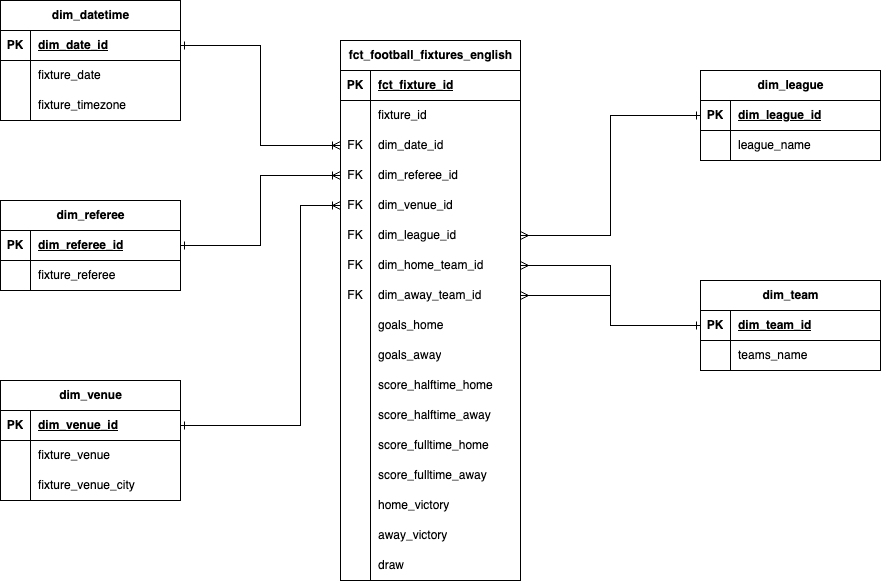
Earlier version of the draw.io export lakehouse_project/cs779_sample_dwh_star_schema.drawio.png (sha-naya/data_lakehouse_project). Source tidied: cells renumbered, new cells last; positions are measured from the earlier drawing's top-left corner, leaving out a move shared by most shapes.
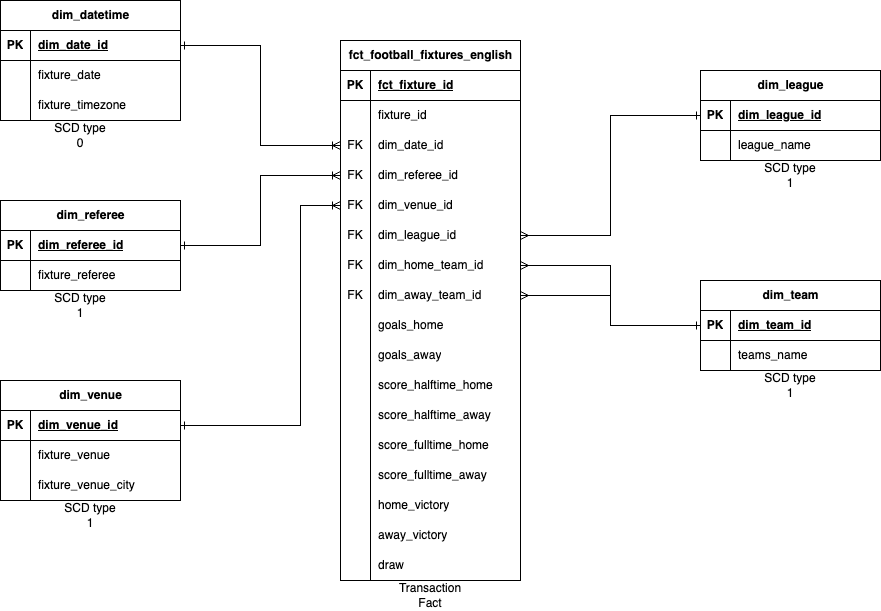
The same file after the commit.

Commit message:
changed data flow diagram and the dwh erd; also the presentation

What changed in the source:
```diff
@@ -304,5 +304,23 @@
     <mxCell id="100" style="edgeStyle=orthogonalEdgeStyle;rounded=0;jettySize=auto;html=1;exitX=0;exitY=0.5;exitDx=0;exitDy=0;entryX=1;entryY=0.5;entryDx=0;entryDy=0;startArrow=ERone;startFill=0;endArrow=ERmany;endFill=0;" parent="1" edge="1" source="20" target="65">
       <mxGeometry relative="1" as="geometry" />
     </mxCell>
+    <mxCell id="101" value="SCD type 0" style="text;html=1;strokeColor=none;fillColor=none;align=center;verticalAlign=middle;whiteSpace=wrap;rounded=0;" parent="1" vertex="1">
+      <mxGeometry x="50" y="120" width="60" height="30" as="geometry" />
+    </mxCell>
+    <mxCell id="102" value="SCD type 1" style="text;html=1;strokeColor=none;fillColor=none;align=center;verticalAlign=middle;whiteSpace=wrap;rounded=0;" parent="1" vertex="1">
+      <mxGeometry x="760" y="160" width="60" height="30" as="geometry" />
+    </mxCell>
+    <mxCell id="103" value="SCD type 1" style="text;html=1;strokeColor=none;fillColor=none;align=center;verticalAlign=middle;whiteSpace=wrap;rounded=0;" parent="1" vertex="1">
+      <mxGeometry x="760" y="370" width="60" height="30" as="geometry" />
+    </mxCell>
+    <mxCell id="104" value="SCD type 1" style="text;html=1;strokeColor=none;fillColor=none;align=center;verticalAlign=middle;whiteSpace=wrap;rounded=0;" parent="1" vertex="1">
+      <mxGeometry x="60" y="500" width="60" height="30" as="geometry" />
+    </mxCell>
+    <mxCell id="105" value="SCD type 1" style="text;html=1;strokeColor=none;fillColor=none;align=center;verticalAlign=middle;whiteSpace=wrap;rounded=0;" parent="1" vertex="1">
+      <mxGeometry x="50" y="290" width="60" height="30" as="geometry" />
+    </mxCell>
+    <mxCell id="106" value="Transaction Fact" style="text;html=1;strokeColor=none;fillColor=none;align=center;verticalAlign=middle;whiteSpace=wrap;rounded=0;" parent="1" vertex="1">
+      <mxGeometry x="400" y="580" width="60" height="30" as="geometry" />
+    </mxCell>
   </root>
 </mxGraphModel>
```
